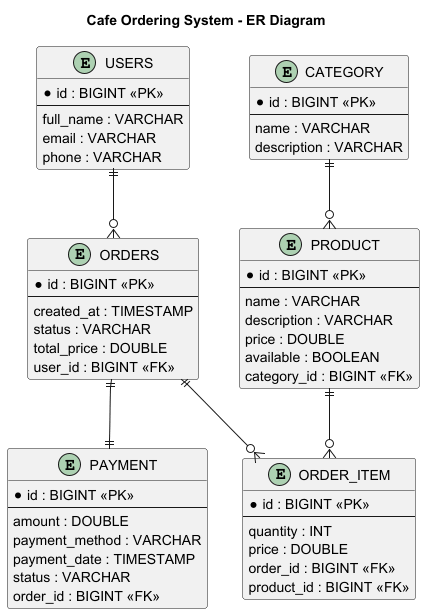
The PlantUML diagram diagrams/er-diagram-Cafe_Ordering_System___ER_Diagram.png in ayaulymserikova13-coder/cafe-ordering-system, before a commit.
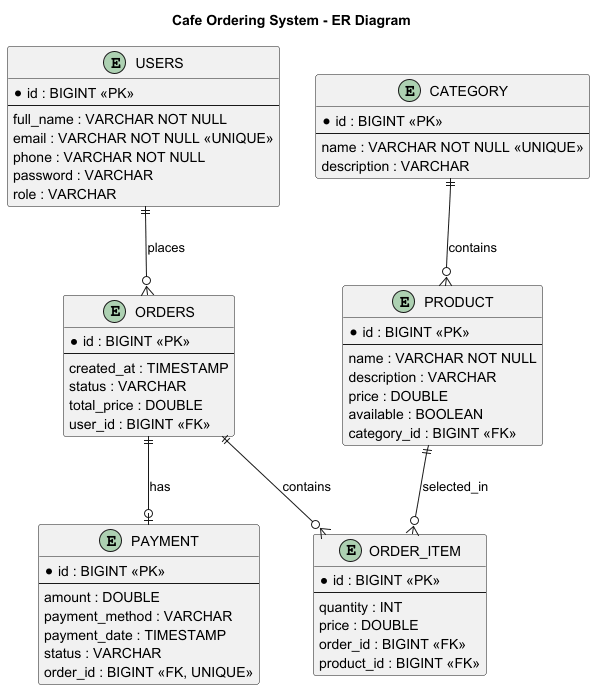
After the commit.

Diff of the diagram source:
```diff
@@ -4,22 +4,24 @@
 entity USERS {
   * id : BIGINT <<PK>>
   --
-  full_name : VARCHAR
-  email : VARCHAR
-  phone : VARCHAR
+  full_name : VARCHAR NOT NULL
+  email : VARCHAR NOT NULL <<UNIQUE>>
+  phone : VARCHAR NOT NULL
+  password : VARCHAR
+  role : VARCHAR
 }
 
 entity CATEGORY {
   * id : BIGINT <<PK>>
   --
-  name : VARCHAR
+  name : VARCHAR NOT NULL <<UNIQUE>>
   description : VARCHAR
 }
 
 entity PRODUCT {
   * id : BIGINT <<PK>>
   --
-  name : VARCHAR
+  name : VARCHAR NOT NULL
   description : VARCHAR
   price : DOUBLE
   available : BOOLEAN
@@ -51,13 +53,13 @@
   payment_method : VARCHAR
   payment_date : TIMESTAMP
   status : VARCHAR
-  order_id : BIGINT <<FK>>
+  order_id : BIGINT <<FK, UNIQUE>>
 }
 
-USERS ||--o{ ORDERS
-CATEGORY ||--o{ PRODUCT
-ORDERS ||--o{ ORDER_ITEM
-PRODUCT ||--o{ ORDER_ITEM
-ORDERS ||--|| PAYMENT
+USERS ||--o{ ORDERS : places
+CATEGORY ||--o{ PRODUCT : contains
+ORDERS ||--o{ ORDER_ITEM : contains
+PRODUCT ||--o{ ORDER_ITEM : selected_in
+ORDERS ||--o| PAYMENT : has
 
 @enduml
```
